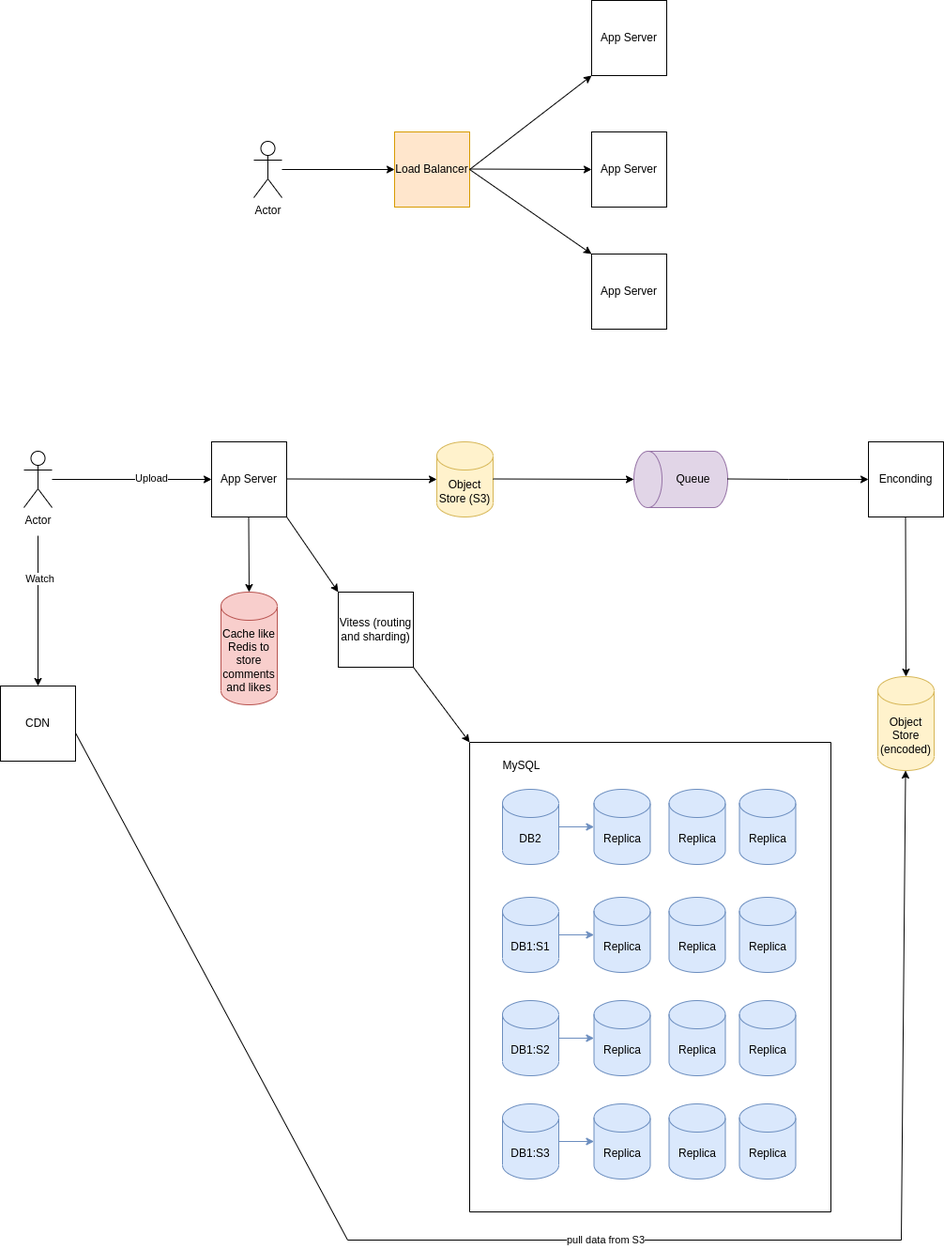
Earlier version of the draw.io export system-design.png (diegoturco/youtube-system-design). Source tidied: cells renumbered, new cells last; positions are measured from the earlier drawing's top-left corner, leaving out a move shared by most shapes. Its diagram source:
```xml
<mxGraphModel>
  <root>
    <mxCell id="0" />
    <mxCell id="1" parent="0" />
    <mxCell id="2" value="App Server" style="whiteSpace=wrap;html=1;" parent="1" vertex="1">
      <mxGeometry x="225" y="470" width="80" height="80" as="geometry" />
    </mxCell>
    <mxCell id="3" value="Enconding" style="whiteSpace=wrap;html=1;" parent="1" vertex="1">
      <mxGeometry x="925" y="470" width="80" height="80" as="geometry" />
    </mxCell>
    <mxCell id="4" value="Object Store (S3)" style="shape=cylinder3;whiteSpace=wrap;html=1;boundedLbl=1;backgroundOutline=1;size=15;fillColor=#fff2cc;strokeColor=#d6b656;" parent="1" vertex="1">
      <mxGeometry x="465" y="470" width="60" height="80" as="geometry" />
    </mxCell>
    <mxCell id="5" value="Cache like Redis to store comments and likes" style="shape=cylinder3;whiteSpace=wrap;html=1;boundedLbl=1;backgroundOutline=1;size=15;fillColor=#f8cecc;strokeColor=#b85450;" parent="1" vertex="1">
      <mxGeometry x="235" y="630" width="60" height="120" as="geometry" />
    </mxCell>
    <mxCell id="6" value="CDN" style="whiteSpace=wrap;html=1;" parent="1" vertex="1">
      <mxGeometry y="730" width="80" height="80" as="geometry" />
    </mxCell>
    <mxCell id="7" value="Object Store (encoded)" style="shape=cylinder3;whiteSpace=wrap;html=1;boundedLbl=1;backgroundOutline=1;size=15;fillColor=#fff2cc;strokeColor=#d6b656;" parent="1" vertex="1">
      <mxGeometry x="935" y="720" width="60" height="100" as="geometry" />
    </mxCell>
    <mxCell id="8" style="endArrow=classic;html=1;rounded=0;entryX=0.5;entryY=0;entryDx=0;entryDy=0;entryPerimeter=0;" parent="1" edge="1" target="7">
      <mxGeometry relative="1" as="geometry">
        <mxPoint x="964.5" y="550" as="sourcePoint" />
      </mxGeometry>
    </mxCell>
    <mxCell id="9" style="endArrow=classic;html=1;rounded=0;entryX=0.5;entryY=0;entryDx=0;entryDy=0;entryPerimeter=0;" parent="1" edge="1" target="5">
      <mxGeometry relative="1" as="geometry">
        <mxPoint x="264.5" y="550" as="sourcePoint" />
      </mxGeometry>
    </mxCell>
    <mxCell id="10" value="Vitess (routing and sharding)" style="whiteSpace=wrap;html=1;" parent="1" vertex="1">
      <mxGeometry x="360" y="630" width="80" height="80" as="geometry" />
    </mxCell>
    <mxCell id="11" style="endArrow=classic;html=1;rounded=0;exitX=1;exitY=1;exitDx=0;exitDy=0;entryX=0;entryY=0;entryDx=0;entryDy=0;" parent="1" edge="1" source="2" target="10">
      <mxGeometry relative="1" as="geometry" />
    </mxCell>
    <mxCell id="12" style="endArrow=classic;html=1;rounded=0;exitX=1;exitY=1;exitDx=0;exitDy=0;entryX=0;entryY=0;entryDx=0;entryDy=0;" parent="1" edge="1" source="10" target="33">
      <mxGeometry relative="1" as="geometry" />
    </mxCell>
    <mxCell id="13" value="Actor" style="shape=umlActor;verticalLabelPosition=bottom;verticalAlign=top;html=1;outlineConnect=0;" parent="1" vertex="1">
      <mxGeometry x="25" y="480" width="30" height="60" as="geometry" />
    </mxCell>
    <mxCell id="14" style="endArrow=classic;html=1;rounded=0;entryX=0;entryY=0.5;entryDx=0;entryDy=0;" parent="1" edge="1" source="13" target="2">
      <mxGeometry relative="1" as="geometry" />
    </mxCell>
    <mxCell id="15" value="Upload" style="edgeLabel;html=1;align=center;verticalAlign=middle;" parent="14" vertex="1">
      <mxGeometry x="0.24" y="2" relative="1" as="geometry" />
    </mxCell>
    <mxCell id="16" style="endArrow=classic;html=1;rounded=0;entryX=0.5;entryY=0;entryDx=0;entryDy=0;" parent="1" edge="1" target="6">
      <mxGeometry relative="1" as="geometry">
        <mxPoint x="40" y="570" as="sourcePoint" />
      </mxGeometry>
    </mxCell>
    <mxCell id="17" value="Watch" style="edgeLabel;html=1;align=center;verticalAlign=middle;" parent="16" vertex="1">
      <mxGeometry x="-0.42" y="1" relative="1" as="geometry" />
    </mxCell>
    <mxCell id="18" style="endArrow=classic;html=1;rounded=0;" parent="1" edge="1" target="7">
      <mxGeometry relative="1" as="geometry">
        <mxPoint x="80" y="780" as="sourcePoint" />
        <Array as="points">
          <mxPoint x="370" y="1320" />
          <mxPoint x="960" y="1320" />
        </Array>
      </mxGeometry>
    </mxCell>
    <mxCell id="19" value="pull data from S3" style="edgeLabel;html=1;align=center;verticalAlign=middle;" parent="18" vertex="1">
      <mxGeometry x="0.04" y="1" relative="1" as="geometry">
        <mxPoint x="-1" as="offset" />
      </mxGeometry>
    </mxCell>
    <mxCell id="20" value="Queue" style="shape=cylinder3;whiteSpace=wrap;html=1;boundedLbl=1;backgroundOutline=1;size=15;direction=north;fillColor=#e1d5e7;strokeColor=#9673a6;" parent="1" vertex="1">
      <mxGeometry x="675" y="480" width="100" height="60" as="geometry" />
    </mxCell>
    <mxCell id="21" style="endArrow=classic;html=1;rounded=0;entryX=0;entryY=0.5;entryDx=0;entryDy=0;entryPerimeter=0;" parent="1" edge="1" target="4">
      <mxGeometry relative="1" as="geometry">
        <mxPoint x="305" y="509.5" as="sourcePoint" />
      </mxGeometry>
    </mxCell>
    <mxCell id="22" style="endArrow=classic;html=1;rounded=0;entryX=0.5;entryY=0;entryDx=0;entryDy=0;entryPerimeter=0;" parent="1" edge="1" target="20">
      <mxGeometry relative="1" as="geometry">
        <mxPoint x="525" y="509.5" as="sourcePoint" />
      </mxGeometry>
    </mxCell>
    <mxCell id="23" style="endArrow=classic;html=1;rounded=0;entryX=0.5;entryY=0;entryDx=0;entryDy=0;entryPerimeter=0;" parent="1" edge="1">
      <mxGeometry relative="1" as="geometry">
        <mxPoint x="775" y="509.5" as="sourcePoint" />
        <mxPoint x="925" y="510" as="targetPoint" />
        <Array as="points">
          <mxPoint x="840" y="510" />
        </Array>
      </mxGeometry>
    </mxCell>
    <mxCell id="24" value="Actor" style="shape=umlActor;verticalLabelPosition=bottom;verticalAlign=top;html=1;outlineConnect=0;" parent="1" vertex="1">
      <mxGeometry x="270" y="150" width="30" height="60" as="geometry" />
    </mxCell>
    <mxCell id="25" value="Load Balancer" style="whiteSpace=wrap;html=1;fillColor=#ffe6cc;strokeColor=#d79b00;" parent="1" vertex="1">
      <mxGeometry x="420" y="140" width="80" height="80" as="geometry" />
    </mxCell>
    <mxCell id="26" value="App Server&lt;br&gt;" style="whiteSpace=wrap;html=1;" parent="1" vertex="1">
      <mxGeometry x="630" width="80" height="80" as="geometry" />
    </mxCell>
    <mxCell id="27" value="App Server&lt;br&gt;" style="whiteSpace=wrap;html=1;" parent="1" vertex="1">
      <mxGeometry x="630" y="140" width="80" height="80" as="geometry" />
    </mxCell>
    <mxCell id="28" value="App Server&lt;br&gt;" style="whiteSpace=wrap;html=1;" parent="1" vertex="1">
      <mxGeometry x="630" y="270" width="80" height="80" as="geometry" />
    </mxCell>
    <mxCell id="29" style="endArrow=classic;html=1;rounded=0;entryX=0;entryY=0.5;entryDx=0;entryDy=0;" parent="1" edge="1" target="27">
      <mxGeometry relative="1" as="geometry">
        <mxPoint x="500" y="179.5" as="sourcePoint" />
      </mxGeometry>
    </mxCell>
    <mxCell id="30" style="endArrow=classic;html=1;rounded=0;entryX=0;entryY=1;entryDx=0;entryDy=0;exitX=1;exitY=0.5;exitDx=0;exitDy=0;" parent="1" edge="1" source="25" target="26">
      <mxGeometry relative="1" as="geometry" />
    </mxCell>
    <mxCell id="31" style="endArrow=classic;html=1;rounded=0;entryX=0;entryY=0;entryDx=0;entryDy=0;" parent="1" edge="1" target="28">
      <mxGeometry relative="1" as="geometry">
        <mxPoint x="500" y="180" as="sourcePoint" />
      </mxGeometry>
    </mxCell>
    <mxCell id="32" style="endArrow=classic;html=1;rounded=0;entryX=0;entryY=0.5;entryDx=0;entryDy=0;" parent="1" edge="1" source="24">
      <mxGeometry relative="1" as="geometry">
        <mxPoint x="420" y="180" as="targetPoint" />
      </mxGeometry>
    </mxCell>
    <mxCell id="33" style="swimlane;startSize=0;" parent="1" vertex="1">
      <mxGeometry x="500" y="790" width="385" height="500" as="geometry" />
    </mxCell>
    <mxCell id="34" value="MySQL" style="text;html=1;align=center;verticalAlign=middle;strokeColor=none;fillColor=none;" parent="33" vertex="1">
      <mxGeometry x="25" y="10" width="60" height="30" as="geometry" />
    </mxCell>
    <mxCell id="35" value="DB2" style="shape=cylinder3;whiteSpace=wrap;html=1;boundedLbl=1;backgroundOutline=1;size=15;fillColor=#dae8fc;strokeColor=#6c8ebf;" parent="33" vertex="1">
      <mxGeometry x="35" y="50" width="60" height="80" as="geometry" />
    </mxCell>
    <mxCell id="36" value="Replica" style="shape=cylinder3;whiteSpace=wrap;html=1;boundedLbl=1;backgroundOutline=1;size=15;fillColor=#dae8fc;strokeColor=#6c8ebf;" parent="33" vertex="1">
      <mxGeometry x="132.5" y="50" width="60" height="80" as="geometry" />
    </mxCell>
    <mxCell id="37" value="Replica" style="shape=cylinder3;whiteSpace=wrap;html=1;boundedLbl=1;backgroundOutline=1;size=15;fillColor=#dae8fc;strokeColor=#6c8ebf;" parent="33" vertex="1">
      <mxGeometry x="212.5" y="50" width="60" height="80" as="geometry" />
    </mxCell>
    <mxCell id="38" value="Replica" style="shape=cylinder3;whiteSpace=wrap;html=1;boundedLbl=1;backgroundOutline=1;size=15;fillColor=#dae8fc;strokeColor=#6c8ebf;" parent="33" vertex="1">
      <mxGeometry x="287.5" y="50" width="60" height="80" as="geometry" />
    </mxCell>
    <mxCell id="39" style="endArrow=classic;html=1;rounded=0;entryX=0;entryY=0.5;entryDx=0;entryDy=0;entryPerimeter=0;exitX=1;exitY=0.5;exitDx=0;exitDy=0;exitPerimeter=0;fillColor=#dae8fc;strokeColor=#6c8ebf;" parent="33" edge="1" source="35" target="36">
      <mxGeometry relative="1" as="geometry" />
    </mxCell>
    <mxCell id="40" value="DB1:S1" style="shape=cylinder3;whiteSpace=wrap;html=1;boundedLbl=1;backgroundOutline=1;size=15;fillColor=#dae8fc;strokeColor=#6c8ebf;" parent="33" vertex="1">
      <mxGeometry x="35" y="165" width="60" height="80" as="geometry" />
    </mxCell>
    <mxCell id="41" value="Replica" style="shape=cylinder3;whiteSpace=wrap;html=1;boundedLbl=1;backgroundOutline=1;size=15;fillColor=#dae8fc;strokeColor=#6c8ebf;" parent="33" vertex="1">
      <mxGeometry x="132.5" y="165" width="60" height="80" as="geometry" />
    </mxCell>
    <mxCell id="42" value="Replica" style="shape=cylinder3;whiteSpace=wrap;html=1;boundedLbl=1;backgroundOutline=1;size=15;fillColor=#dae8fc;strokeColor=#6c8ebf;" parent="33" vertex="1">
      <mxGeometry x="212.5" y="165" width="60" height="80" as="geometry" />
    </mxCell>
    <mxCell id="43" value="Replica" style="shape=cylinder3;whiteSpace=wrap;html=1;boundedLbl=1;backgroundOutline=1;size=15;fillColor=#dae8fc;strokeColor=#6c8ebf;" parent="33" vertex="1">
      <mxGeometry x="287.5" y="165" width="60" height="80" as="geometry" />
    </mxCell>
    <mxCell id="44" style="endArrow=classic;html=1;rounded=0;entryX=0;entryY=0.5;entryDx=0;entryDy=0;entryPerimeter=0;exitX=1;exitY=0.5;exitDx=0;exitDy=0;exitPerimeter=0;fillColor=#dae8fc;strokeColor=#6c8ebf;" parent="33" edge="1" source="40" target="41">
      <mxGeometry relative="1" as="geometry" />
    </mxCell>
    <mxCell id="45" value="DB1:S2" style="shape=cylinder3;whiteSpace=wrap;html=1;boundedLbl=1;backgroundOutline=1;size=15;fillColor=#dae8fc;strokeColor=#6c8ebf;" parent="33" vertex="1">
      <mxGeometry x="35" y="275" width="60" height="80" as="geometry" />
    </mxCell>
    <mxCell id="46" value="Replica" style="shape=cylinder3;whiteSpace=wrap;html=1;boundedLbl=1;backgroundOutline=1;size=15;fillColor=#dae8fc;strokeColor=#6c8ebf;" parent="33" vertex="1">
      <mxGeometry x="132.5" y="275" width="60" height="80" as="geometry" />
    </mxCell>
    <mxCell id="47" value="Replica" style="shape=cylinder3;whiteSpace=wrap;html=1;boundedLbl=1;backgroundOutline=1;size=15;fillColor=#dae8fc;strokeColor=#6c8ebf;" parent="33" vertex="1">
      <mxGeometry x="212.5" y="275" width="60" height="80" as="geometry" />
    </mxCell>
    <mxCell id="48" value="Replica" style="shape=cylinder3;whiteSpace=wrap;html=1;boundedLbl=1;backgroundOutline=1;size=15;fillColor=#dae8fc;strokeColor=#6c8ebf;" parent="33" vertex="1">
      <mxGeometry x="287.5" y="275" width="60" height="80" as="geometry" />
    </mxCell>
    <mxCell id="49" style="endArrow=classic;html=1;rounded=0;entryX=0;entryY=0.5;entryDx=0;entryDy=0;entryPerimeter=0;exitX=1;exitY=0.5;exitDx=0;exitDy=0;exitPerimeter=0;fillColor=#dae8fc;strokeColor=#6c8ebf;" parent="33" edge="1" source="45" target="46">
      <mxGeometry relative="1" as="geometry" />
    </mxCell>
    <mxCell id="50" value="DB1:S3" style="shape=cylinder3;whiteSpace=wrap;html=1;boundedLbl=1;backgroundOutline=1;size=15;fillColor=#dae8fc;strokeColor=#6c8ebf;" parent="33" vertex="1">
      <mxGeometry x="35" y="385" width="60" height="80" as="geometry" />
    </mxCell>
    <mxCell id="51" value="Replica" style="shape=cylinder3;whiteSpace=wrap;html=1;boundedLbl=1;backgroundOutline=1;size=15;fillColor=#dae8fc;strokeColor=#6c8ebf;" parent="33" vertex="1">
      <mxGeometry x="132.5" y="385" width="60" height="80" as="geometry" />
    </mxCell>
    <mxCell id="52" value="Replica" style="shape=cylinder3;whiteSpace=wrap;html=1;boundedLbl=1;backgroundOutline=1;size=15;fillColor=#dae8fc;strokeColor=#6c8ebf;" parent="33" vertex="1">
      <mxGeometry x="212.5" y="385" width="60" height="80" as="geometry" />
    </mxCell>
    <mxCell id="53" value="Replica" style="shape=cylinder3;whiteSpace=wrap;html=1;boundedLbl=1;backgroundOutline=1;size=15;fillColor=#dae8fc;strokeColor=#6c8ebf;" parent="33" vertex="1">
      <mxGeometry x="287.5" y="385" width="60" height="80" as="geometry" />
    </mxCell>
    <mxCell id="54" style="endArrow=classic;html=1;rounded=0;entryX=0;entryY=0.5;entryDx=0;entryDy=0;entryPerimeter=0;exitX=1;exitY=0.5;exitDx=0;exitDy=0;exitPerimeter=0;fillColor=#dae8fc;strokeColor=#6c8ebf;" parent="33" edge="1" source="50" target="51">
      <mxGeometry relative="1" as="geometry" />
    </mxCell>
  </root>
</mxGraphModel>
```
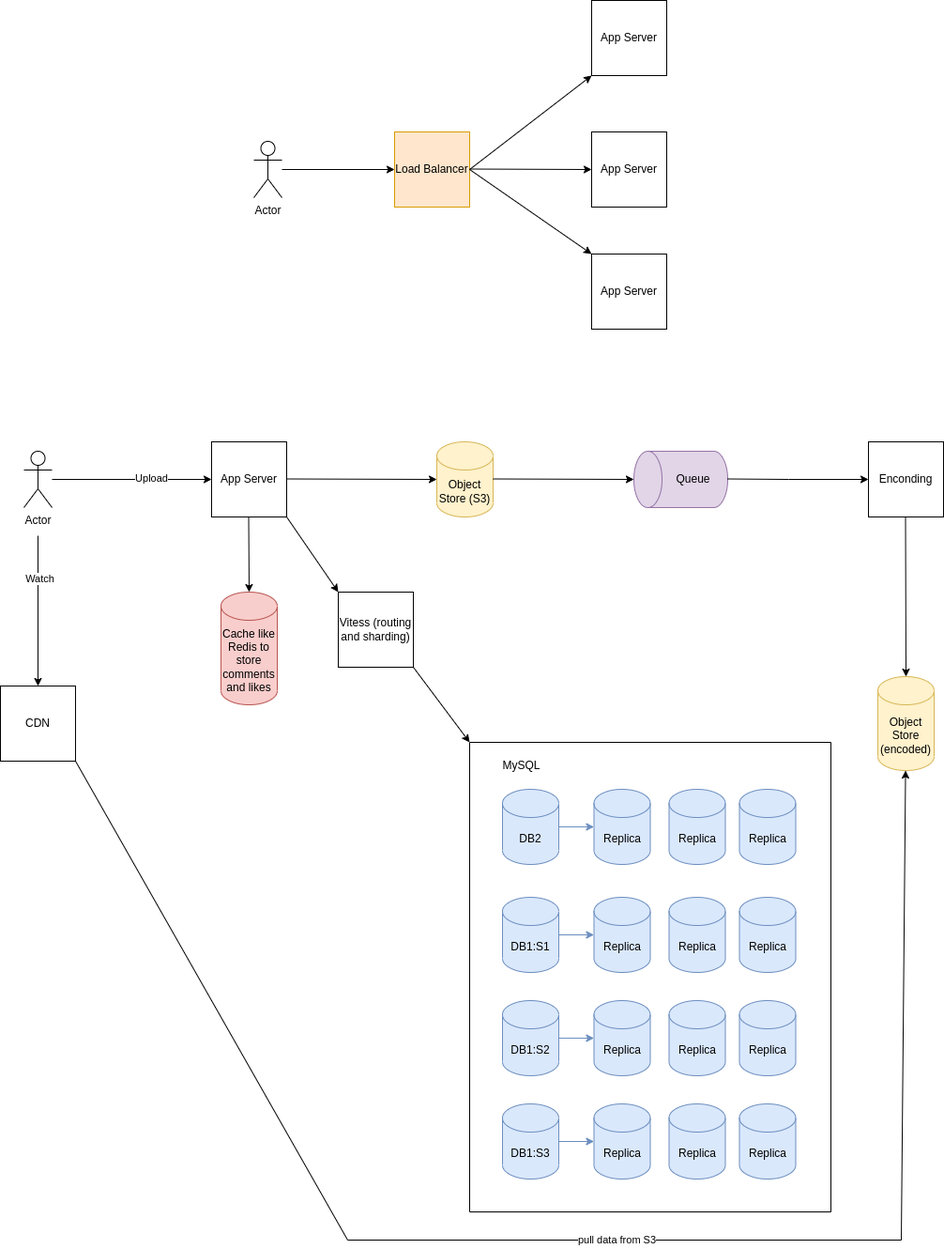
Above is the later version.

Change to the diagram source:
```diff
@@ -56,9 +56,8 @@
     <mxCell id="17" value="Watch" style="edgeLabel;html=1;align=center;verticalAlign=middle;" parent="16" vertex="1">
       <mxGeometry x="-0.42" y="1" relative="1" as="geometry" />
     </mxCell>
-    <mxCell id="18" style="endArrow=classic;html=1;rounded=0;" parent="1" edge="1" target="7">
+    <mxCell id="18" style="endArrow=classic;html=1;rounded=0;exitX=1;exitY=1;exitDx=0;exitDy=0;" parent="1" edge="1" source="6" target="7">
       <mxGeometry relative="1" as="geometry">
-        <mxPoint x="80" y="780" as="sourcePoint" />
         <Array as="points">
           <mxPoint x="370" y="1320" />
           <mxPoint x="960" y="1320" />
```
